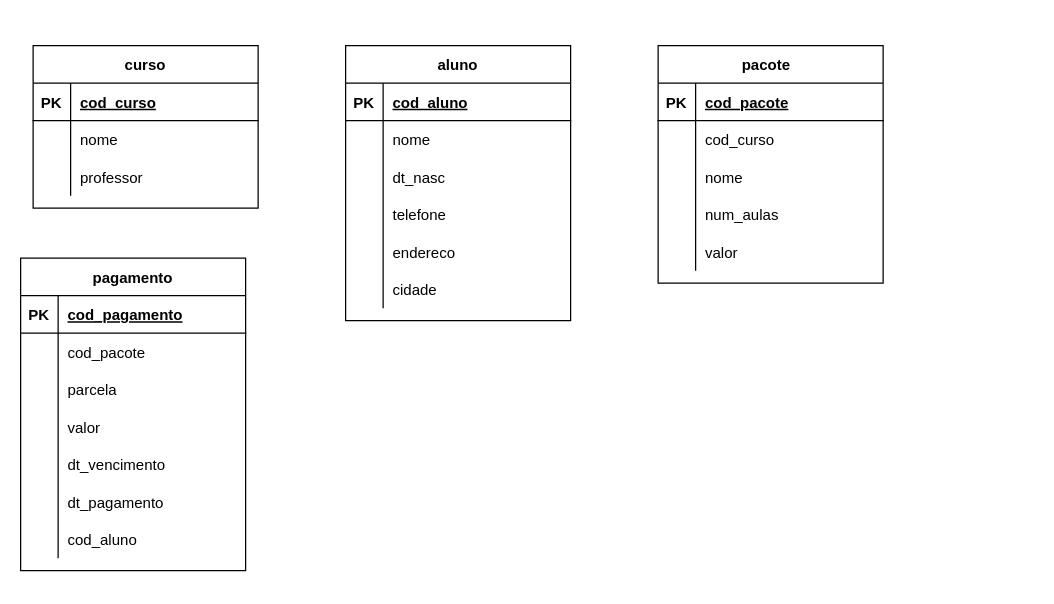
Above: modelo_logico.drawio in taokya/aula_BD (draw.io), before the change. Source tidied: cells renumbered, new cells numbered last; positions are measured from the earlier drawing's top-left corner, leaving out a move shared by most shapes. Both pictures are drawn from the tidied source at 125%, with x=0, y=0 at pixel (20, 45).
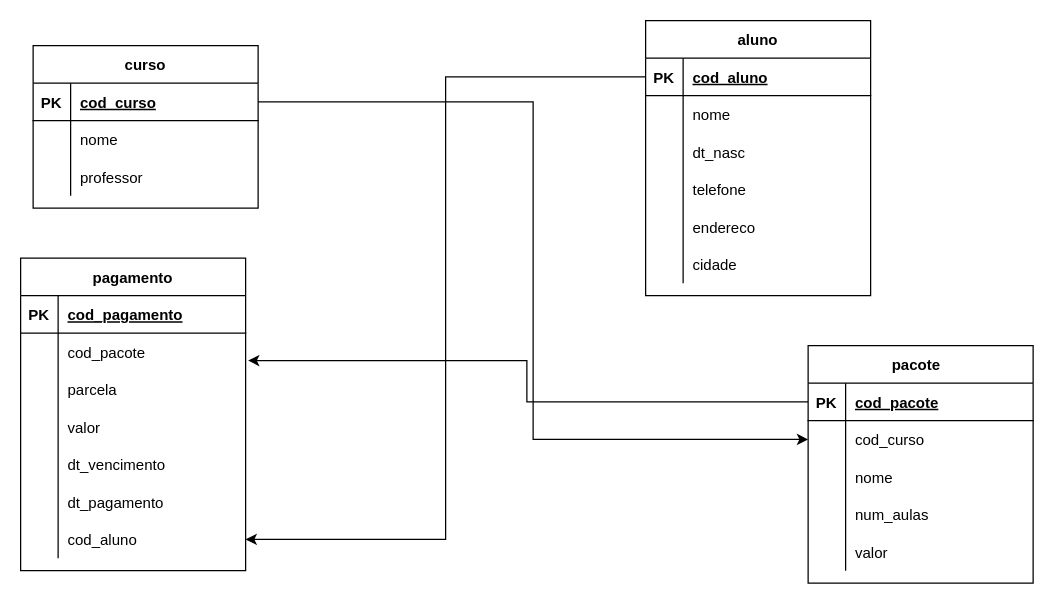
The same page after the edit.

Commit message:
Primary keys ligadas em suas devidas entidades.drawio

The change refers to these unchanged cells:
```xml
<mxCell id="3" style="shape=partialRectangle;fillColor=none;top=0;left=0;bottom=1;right=0;points=[[0,0.5],[1,0.5]];portConstraint=eastwest;" parent="2" vertex="1">
  <mxGeometry y="30" width="180" height="30" as="geometry" />
</mxCell>
<mxCell id="13" style="shape=partialRectangle;fillColor=none;top=0;left=0;bottom=1;right=0;points=[[0,0.5],[1,0.5]];portConstraint=eastwest;" parent="12" vertex="1">
  <mxGeometry y="30" width="180" height="30" as="geometry" />
</mxCell>
<mxCell id="32" style="shape=partialRectangle;fillColor=none;top=0;left=0;bottom=1;right=0;points=[[0,0.5],[1,0.5]];portConstraint=eastwest;" parent="31" vertex="1">
  <mxGeometry y="30" width="180" height="30" as="geometry" />
</mxCell>
<mxCell id="35" style="shape=partialRectangle;fillColor=none;top=0;left=0;bottom=0;right=0;points=[[0,0.5],[1,0.5]];portConstraint=eastwest;" parent="31" vertex="1">
  <mxGeometry y="60" width="180" height="30" as="geometry" />
</mxCell>
<mxCell id="51" style="shape=partialRectangle;fillColor=none;top=0;left=0;bottom=0;right=0;points=[[0,0.5],[1,0.5]];portConstraint=eastwest;" parent="47" vertex="1">
  <mxGeometry y="60" width="180" height="30" as="geometry" />
</mxCell>
<mxCell id="66" style="shape=partialRectangle;fillColor=none;top=0;left=0;bottom=0;right=0;points=[[0,0.5],[1,0.5]];portConstraint=eastwest;" parent="47" vertex="1">
  <mxGeometry y="210" width="180" height="30" as="geometry" />
</mxCell>
```

What changed in the source:
```diff
@@
     <mxCell id="12" value="aluno" style="shape=table;startSize=30;childLayout=tableLayout;rowLines=0;fontStyle=1;align=center;" parent="1" vertex="1">
-      <mxGeometry x="260" width="180" height="220" as="geometry" />
+      <mxGeometry x="500" y="-20" width="180" height="220" as="geometry" />
     </mxCell>
@@
     <mxCell id="31" value="pacote  " style="shape=table;startSize=30;childLayout=tableLayout;rowLines=0;fontStyle=1;align=center;" parent="1" vertex="1">
-      <mxGeometry x="510" width="180" height="190" as="geometry" />
+      <mxGeometry x="630" y="240" width="180" height="190" as="geometry" />
     </mxCell>
@@
+    <mxCell id="69" style="edgeStyle=orthogonalEdgeStyle;rounded=0;jettySize=auto;html=1;exitX=1;exitY=0.5;exitDx=0;exitDy=0;" parent="1" edge="1" source="3" target="35">
+      <mxGeometry relative="1" as="geometry" />
+    </mxCell>
+    <mxCell id="70" style="edgeStyle=orthogonalEdgeStyle;rounded=0;jettySize=auto;html=1;exitX=0;exitY=0.5;exitDx=0;exitDy=0;entryX=1.011;entryY=0.733;entryDx=0;entryDy=0;entryPerimeter=0;" parent="1" edge="1" source="32" target="51">
+      <mxGeometry relative="1" as="geometry" />
+    </mxCell>
+    <mxCell id="71" style="edgeStyle=orthogonalEdgeStyle;rounded=0;jettySize=auto;html=1;exitX=0;exitY=0.5;exitDx=0;exitDy=0;entryX=1;entryY=0.5;entryDx=0;entryDy=0;" parent="1" edge="1" source="13" target="66">
+      <mxGeometry relative="1" as="geometry" />
+    </mxCell>
```
